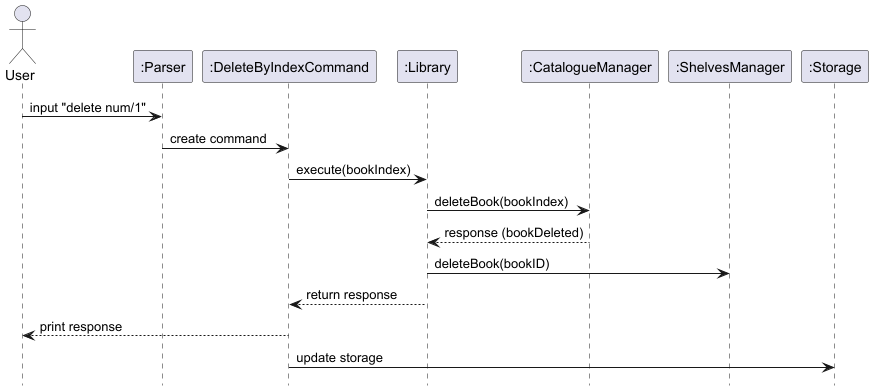
eth4n22/tp keeps this PlantUML diagram as docs/images/DeleteByIndexSequence.png. Above is the earlier version.
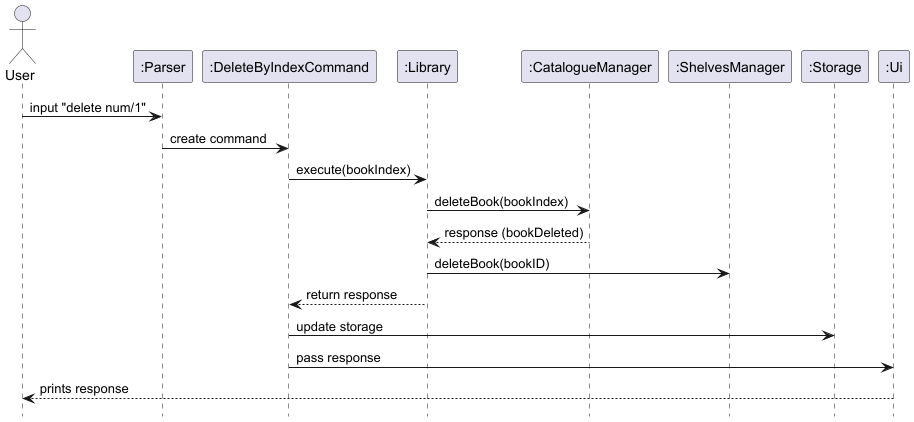
The same file after the commit.

Commit message:
fixed DeleteByIndexSequence Diagram

Change to the diagram source:
```diff
@@ -7,6 +7,7 @@
 participant ":CatalogueManager"
 participant ":ShelvesManager"
 participant ":Storage"
+participant ":Ui"
 
 User -> ":Parser" : input "delete num/1"
 ":Parser" -> ":DeleteByIndexCommand" : create command
@@ -15,7 +16,8 @@
 ":CatalogueManager" --> ":Library" : response (bookDeleted)
 ":Library" -> ":ShelvesManager" : deleteBook(bookID)
 ":Library" --> ":DeleteByIndexCommand" : return response
-":DeleteByIndexCommand" --> User : print response
 ":DeleteByIndexCommand" -> ":Storage" : update storage
+":DeleteByIndexCommand" -> ":Ui": pass response
+":Ui" --> User: prints response
 
 @enduml
```
